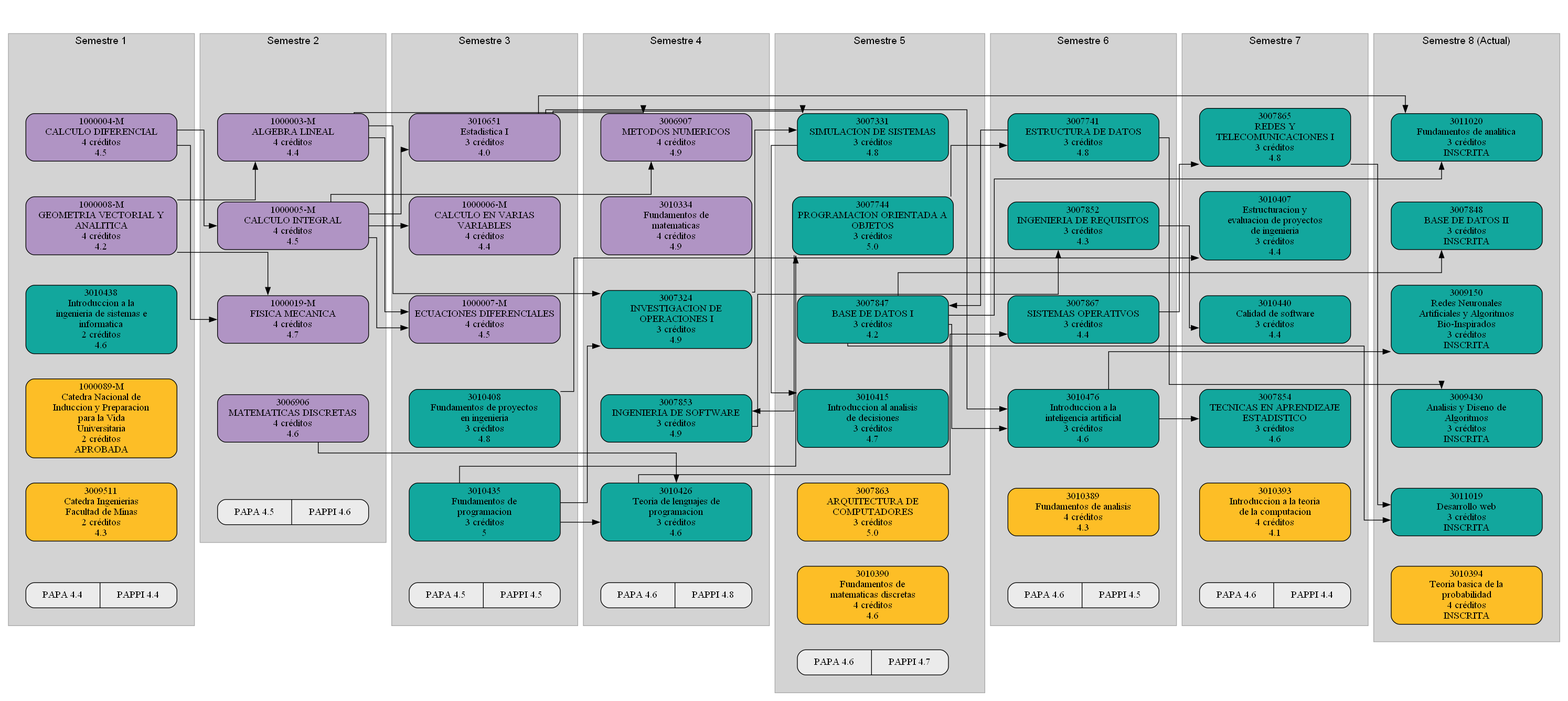
Before: codigo/asignatura_catalog/plan_estudios.gv.png, a diagram exported from Graphviz (eporrasm/d-web). Its source is kept beside it as codigo/asignatura_catalog/plan_estudios.gv.
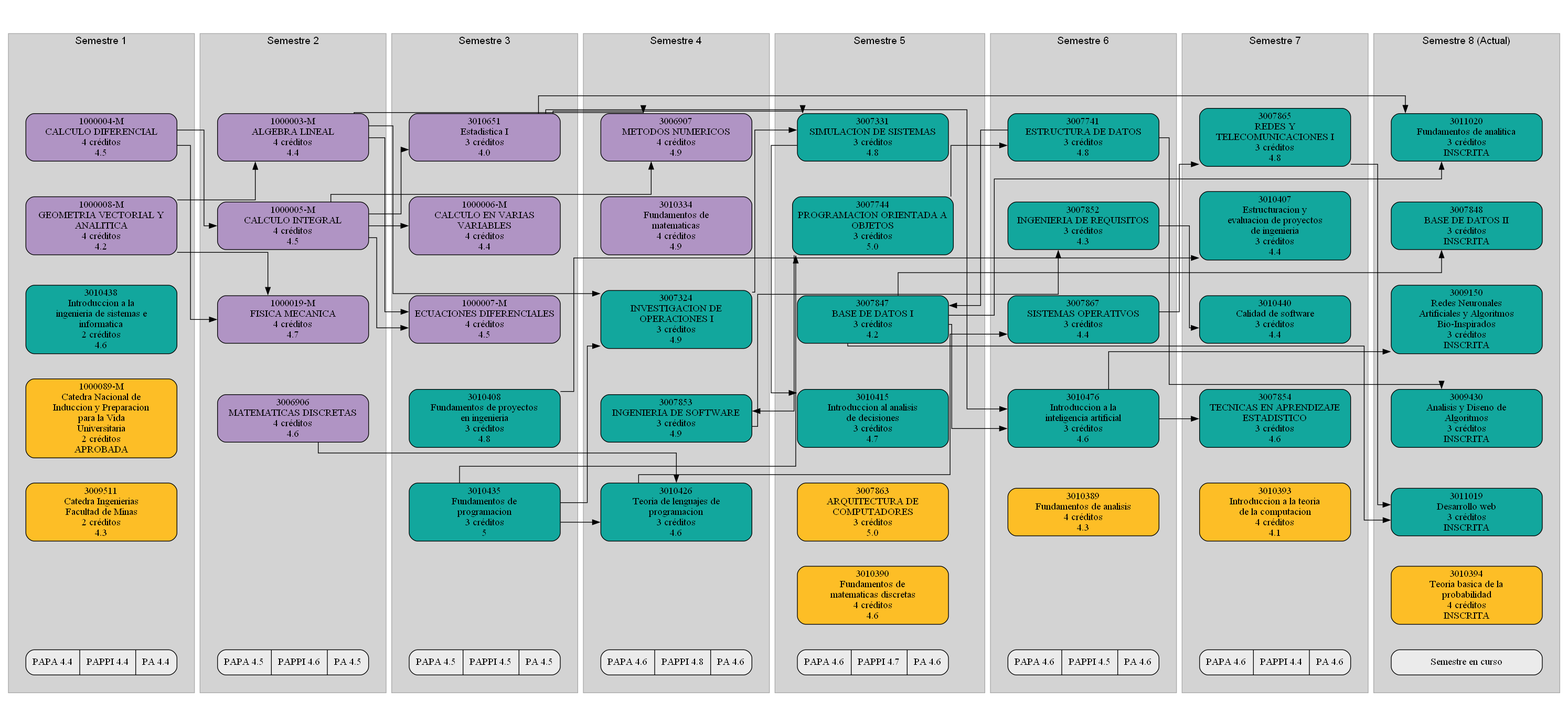
After the commit.

Change to the diagram source:
```diff
@@ -37,8 +37,10 @@
 2 créditos
 4.3" color="#000000" fillcolor="#fdbe26" group=sem1 penwidth=1]
 		"1000089-M" -> 3009511 [style=invis]
-		"Promedio 1" [label="PAPA 4.4|PAPPI 4.4" fillcolor="#EBEBEB" shape=record]
-		3009511 -> "Promedio 1" [style=invis]
+		relleno_1_0 [group=sem1 style=invis]
+		3009511 -> relleno_1_0 [style=invis]
+		"Promedio 1" [label="PAPA 4.4|PAPPI 4.4|PA 4.4" fillcolor="#EBEBEB" shape=record]
+		relleno_1_0 -> "Promedio 1" [style=invis]
 	}
 	subgraph cluster_2 {
 		graph [margin=25 nodesep=0.02]
@@ -65,8 +67,12 @@
 4 créditos
 4.6" color="#000000" fillcolor="#b094c4" group=sem2 penwidth=1]
 		"1000019-M" -> 3006906 [style=invis]
-		"Promedio 2" [label="PAPA 4.5|PAPPI 4.6" fillcolor="#EBEBEB" shape=record]
-		3006906 -> "Promedio 2" [style=invis]
+		relleno_2_0 [group=sem2 style=invis]
+		3006906 -> relleno_2_0 [style=invis]
+		relleno_2_1 [group=sem2 style=invis]
+		relleno_2_0 -> relleno_2_1 [style=invis]
+		"Promedio 2" [label="PAPA 4.5|PAPPI 4.6|PA 4.5" fillcolor="#EBEBEB" shape=record]
+		relleno_2_1 -> "Promedio 2" [style=invis]
 	}
 	subgraph cluster_3 {
 		graph [margin=25 nodesep=0.02]
@@ -101,8 +107,10 @@
 3 créditos
 5" color="#000000" fillcolor="#12a79d" group=sem3 penwidth=1]
 		3010408 -> 3010435 [style=invis]
-		"Promedio 3" [label="PAPA 4.5|PAPPI 4.5" fillcolor="#EBEBEB" shape=record]
-		3010435 -> "Promedio 3" [style=invis]
+		relleno_3_0 [group=sem3 style=invis]
+		3010435 -> relleno_3_0 [style=invis]
+		"Promedio 3" [label="PAPA 4.5|PAPPI 4.5|PA 4.5" fillcolor="#EBEBEB" shape=record]
+		relleno_3_0 -> "Promedio 3" [style=invis]
 	}
 	subgraph cluster_4 {
 		graph [margin=25 nodesep=0.02]
@@ -137,8 +145,10 @@
 3 créditos
 4.6" color="#000000" fillcolor="#12a79d" group=sem4 penwidth=1]
 		3007853 -> 3010426 [style=invis]
-		"Promedio 4" [label="PAPA 4.6|PAPPI 4.8" fillcolor="#EBEBEB" shape=record]
-		3010426 -> "Promedio 4" [style=invis]
+		relleno_4_0 [group=sem4 style=invis]
+		3010426 -> relleno_4_0 [style=invis]
+		"Promedio 4" [label="PAPA 4.6|PAPPI 4.8|PA 4.6" fillcolor="#EBEBEB" shape=record]
+		relleno_4_0 -> "Promedio 4" [style=invis]
 	}
 	subgraph cluster_5 {
 		graph [margin=25 nodesep=0.02]
@@ -179,7 +189,7 @@
 4 créditos
 4.6" color="#000000" fillcolor="#fdbe26" group=sem5 penwidth=1]
 		3007863 -> 3010390 [style=invis]
-		"Promedio 5" [label="PAPA 4.6|PAPPI 4.7" fillcolor="#EBEBEB" shape=record]
+		"Promedio 5" [label="PAPA 4.6|PAPPI 4.7|PA 4.6" fillcolor="#EBEBEB" shape=record]
 		3010390 -> "Promedio 5" [style=invis]
 	}
 	subgraph cluster_6 {
@@ -213,8 +223,10 @@
 4 créditos
 4.3" color="#000000" fillcolor="#fdbe26" group=sem6 penwidth=1]
 		3010476 -> 3010389 [style=invis]
-		"Promedio 6" [label="PAPA 4.6|PAPPI 4.5" fillcolor="#EBEBEB" shape=record]
-		3010389 -> "Promedio 6" [style=invis]
+		relleno_6_0 [group=sem6 style=invis]
+		3010389 -> relleno_6_0 [style=invis]
+		"Promedio 6" [label="PAPA 4.6|PAPPI 4.5|PA 4.6" fillcolor="#EBEBEB" shape=record]
+		relleno_6_0 -> "Promedio 6" [style=invis]
 	}
 	subgraph cluster_7 {
 		graph [margin=25 nodesep=0.02]
@@ -251,8 +263,10 @@
 4 créditos
 4.1" color="#000000" fillcolor="#fdbe26" group=sem7 penwidth=1]
 		3007854 -> 3010393 [style=invis]
-		"Promedio 7" [label="PAPA 4.6|PAPPI 4.4" fillcolor="#EBEBEB" shape=record]
-		3010393 -> "Promedio 7" [style=invis]
+		relleno_7_0 [group=sem7 style=invis]
+		3010393 -> relleno_7_0 [style=invis]
+		"Promedio 7" [label="PAPA 4.6|PAPPI 4.4|PA 4.6" fillcolor="#EBEBEB" shape=record]
+		relleno_7_0 -> "Promedio 7" [style=invis]
 	}
 	subgraph cluster_8 {
 		graph [margin=25 nodesep=0.02]
@@ -293,6 +307,8 @@
 4 créditos
 INSCRITA" color="#000000" fillcolor="#fdbe26" group=sem8 penwidth=1]
 		3011019 -> 3010394 [style=invis]
+		"Promedio 8" [label="Semestre en curso" fillcolor="#EBEBEB" shape=record]
+		3010394 -> "Promedio 8" [style=invis]
 	}
 	"1000008-M" -> "1000003-M" [constraint=false]
 	"1000004-M" -> "1000005-M" [constraint=false]
```
